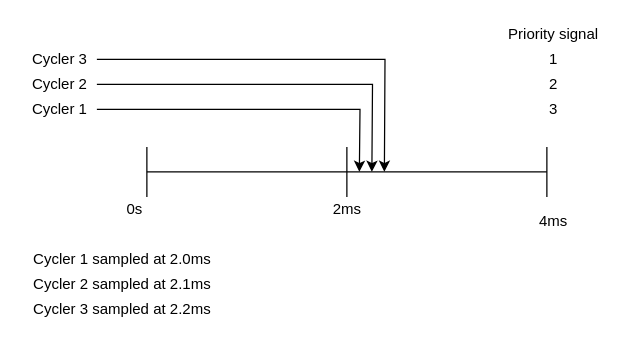
Earlier version of the draw.io diagram sampling.drawio (Elan427/path-planning). Source tidied: cells renumbered, new cells numbered last; positions are measured from the earlier drawing's top-left corner, leaving out a move shared by most shapes. Both pictures are drawn from the tidied source at 125%, with x=0, y=0 at pixel (21, 21).
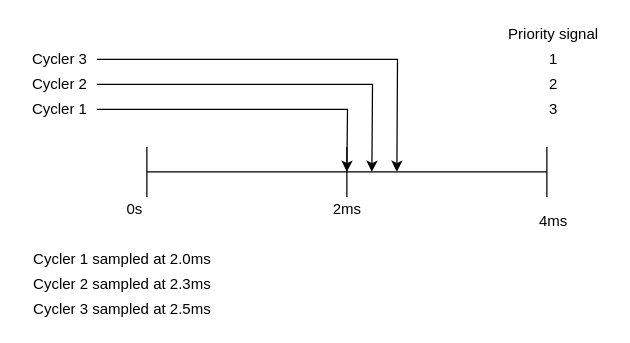
After the change.

Unchanged cells that the change refers to:
```xml
<mxCell id="10" value="Cycler 3&lt;br&gt;" style="text;html=1;align=center;verticalAlign=middle;points=[];" parent="1" vertex="1">
  <mxGeometry y="20" width="60" height="20" as="geometry" />
</mxCell>
<mxCell id="14" value="Cycler 1" style="text;html=1;align=center;verticalAlign=middle;points=[];" parent="1" vertex="1">
  <mxGeometry y="60" width="60" height="20" as="geometry" />
</mxCell>
```

Diff of the diagram source:
```diff
@@
     <mxCell id="9" style="edgeStyle=orthogonalEdgeStyle;rounded=0;jettySize=auto;html=1;" parent="1" edge="1" source="10">
       <mxGeometry relative="1" as="geometry">
-        <mxPoint x="290" y="120" as="targetPoint" />
+        <mxPoint x="300" y="120" as="targetPoint" />
       </mxGeometry>
     </mxCell>
@@
     <mxCell id="13" style="edgeStyle=orthogonalEdgeStyle;rounded=0;jettySize=auto;html=1;" parent="1" edge="1" source="14">
       <mxGeometry relative="1" as="geometry">
-        <mxPoint x="270" y="120" as="targetPoint" />
+        <mxPoint x="260" y="120" as="targetPoint" />
       </mxGeometry>
     </mxCell>
@@
-    <mxCell id="20" value="Cycler 2 sampled at 2.1ms" style="text;html=1;align=center;verticalAlign=middle;" parent="1" vertex="1">
+    <mxCell id="20" value="Cycler 2 sampled at 2.3ms" style="text;html=1;align=center;verticalAlign=middle;" parent="1" vertex="1">
       <mxGeometry y="200" width="160" height="20" as="geometry" />
     </mxCell>
-    <mxCell id="21" value="Cycler 3 sampled at 2.2ms" style="text;html=1;align=center;verticalAlign=middle;" parent="1" vertex="1">
+    <mxCell id="21" value="Cycler 3 sampled at 2.5ms" style="text;html=1;align=center;verticalAlign=middle;" parent="1" vertex="1">
       <mxGeometry y="220" width="160" height="20" as="geometry" />
     </mxCell>
```
